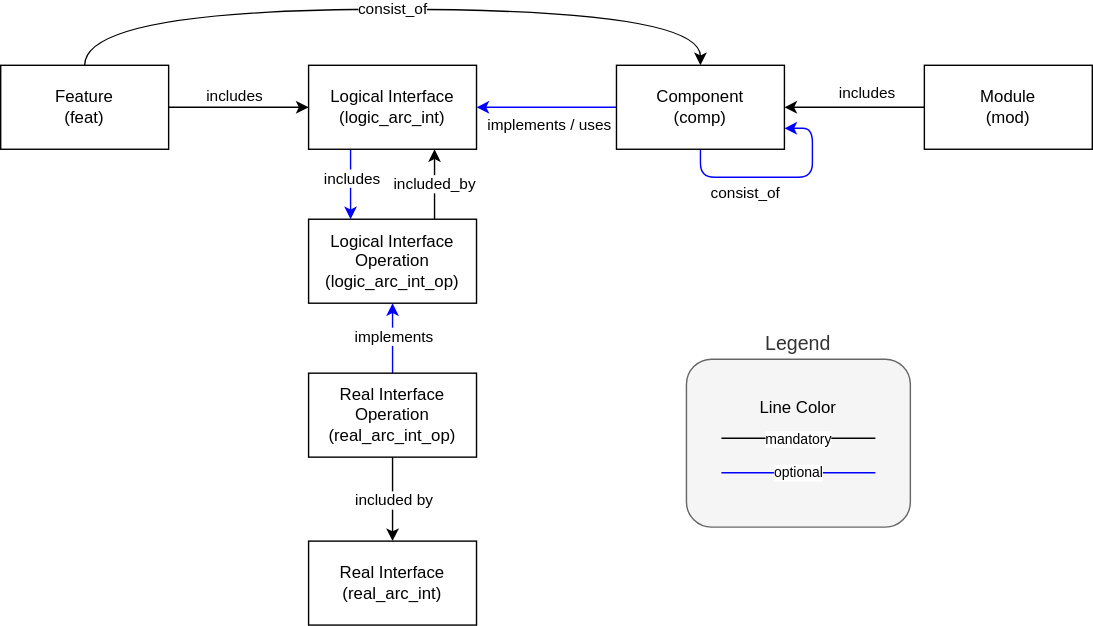
Before: process/process_areas/architecture_design/_assets/metamodel_architectural_design.drawio.svg, a diagram exported from draw.io (eclipse-score/process_description). Source tidied: cells renumbered, new cells last; positions are measured from the earlier drawing's top-left corner, leaving out a move shared by most shapes.
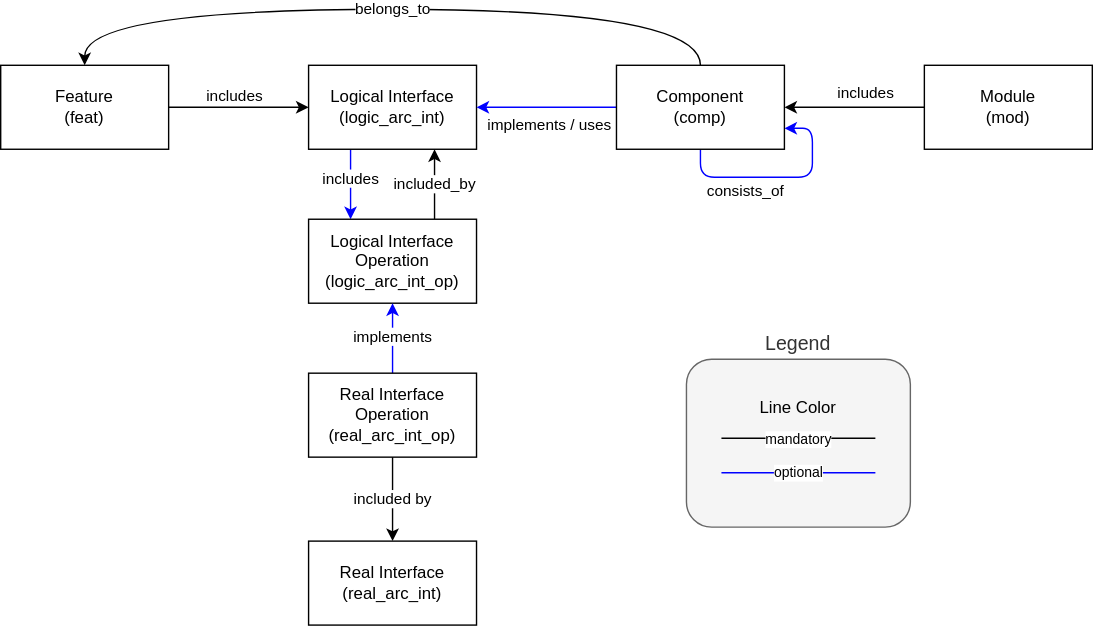
After the commit.

Commit message:
fix requirement picture for linkage

What changed in the source:
```diff
@@ -10,7 +10,7 @@
         <mxPoint x="-19" y="-1" as="offset" />
       </mxGeometry>
     </mxCell>
-    <mxCell id="4" value="consist_of" style="edgeStyle=orthogonalEdgeStyle;html=1;exitX=0.5;exitY=0;exitDx=0;exitDy=0;entryX=0.5;entryY=0;entryDx=0;entryDy=0;curved=1;" parent="1" edge="1" source="5" target="21">
+    <mxCell id="4" value="belongs_to" style="edgeStyle=orthogonalEdgeStyle;html=1;exitX=0.5;exitY=0;exitDx=0;exitDy=0;entryX=0.5;entryY=0;entryDx=0;entryDy=0;curved=1;endArrow=none;endFill=0;startArrow=classic;startFill=1;" parent="1" edge="1" source="5" target="21">
       <mxGeometry relative="1" as="geometry">
         <Array as="points">
           <mxPoint x="60" />
@@ -71,7 +71,7 @@
     <mxCell id="19" style="edgeStyle=orthogonalEdgeStyle;rounded=1;orthogonalLoop=1;jettySize=auto;html=1;exitX=0.5;exitY=1;exitDx=0;exitDy=0;entryX=1;entryY=0.75;entryDx=0;entryDy=0;strokeColor=#0000FF;curved=0;" parent="1" edge="1" source="21" target="21">
       <mxGeometry relative="1" as="geometry" />
     </mxCell>
-    <mxCell id="20" value="consist_of" style="edgeLabel;html=1;align=center;verticalAlign=middle;" parent="19" vertex="1">
+    <mxCell id="20" value="consists_of" style="edgeLabel;html=1;align=center;verticalAlign=middle;" parent="19" vertex="1">
       <mxGeometry x="-0.11" y="2" relative="1" as="geometry">
         <mxPoint x="-18" y="12" as="offset" />
       </mxGeometry>
```
